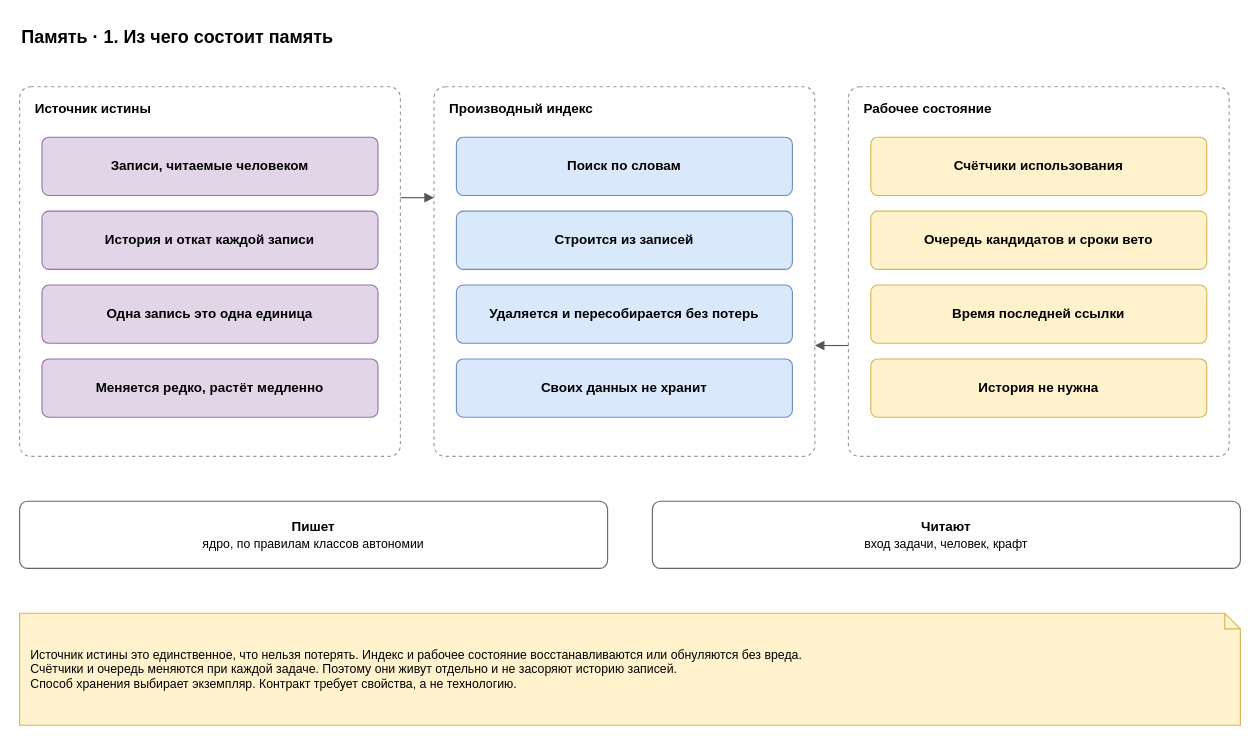
roygkov/reins keeps this draw.io diagram as page "1. Состав" (1 of 7) of docs/spec/harness-memory.drawio. Above is the earlier version. Source tidied: cells renumbered, new cells numbered last; positions are measured from the earlier drawing's top-left corner, leaving out a move shared by most shapes. Both pictures are drawn from the tidied source at 112%, with x=0, y=0 at pixel (19, 19).
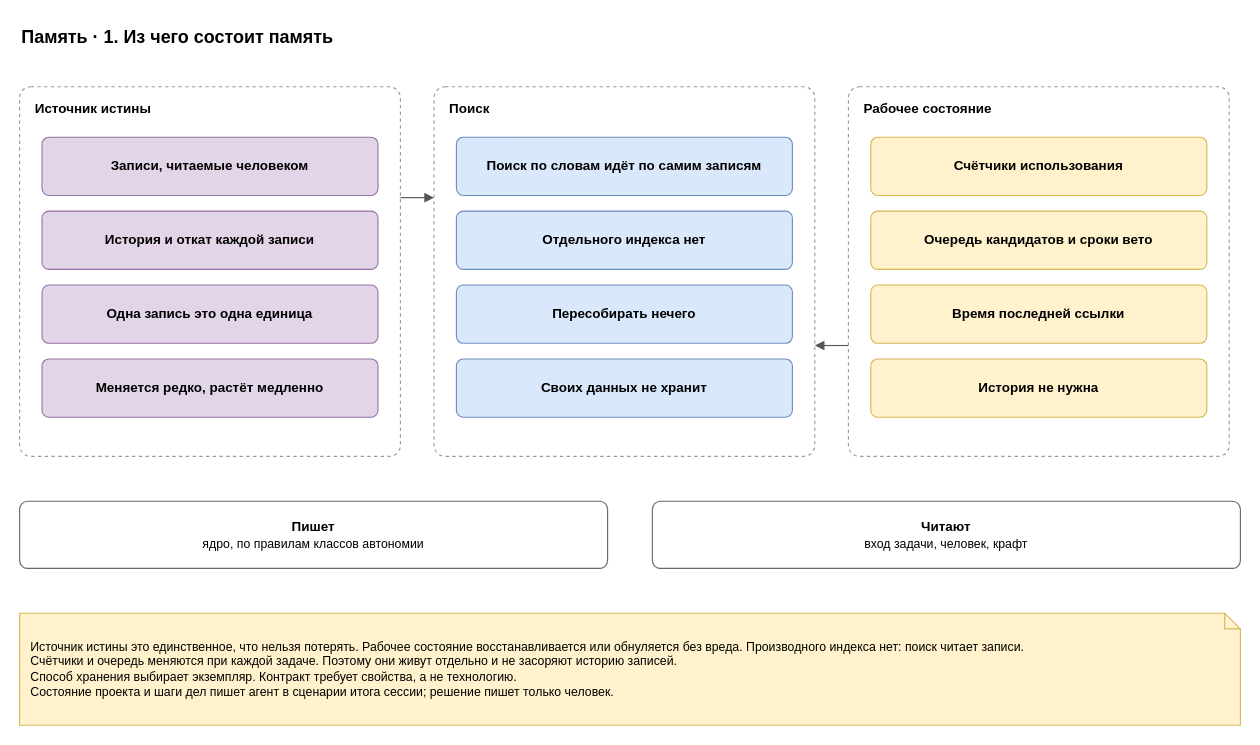
The same page after the edit.

Change to the diagram source:
```diff
@@
-    <mxCell id="8" value="&lt;b&gt;Производный индекс&lt;/b&gt;" style="rounded=1;whiteSpace=wrap;html=1;dashed=1;fillColor=none;strokeColor=#999999;verticalAlign=top;align=left;spacingLeft=12;spacingTop=6;arcSize=3;" parent="1" vertex="1">
+    <mxCell id="8" value="&lt;b&gt;Поиск&lt;/b&gt;" style="rounded=1;whiteSpace=wrap;html=1;dashed=1;fillColor=none;strokeColor=#999999;verticalAlign=top;align=left;spacingLeft=12;spacingTop=6;arcSize=3;" parent="1" vertex="1">
       <mxGeometry x="370" y="60" width="340" height="330" as="geometry" />
     </mxCell>
-    <mxCell id="9" value="&lt;b&gt;Поиск по словам&lt;/b&gt;" style="rounded=1;whiteSpace=wrap;html=1;fillColor=#dae8fc;strokeColor=#6c8ebf;arcSize=12;" parent="1" vertex="1">
+    <mxCell id="9" value="&lt;b&gt;Поиск по словам идёт по самим записям&lt;/b&gt;" style="rounded=1;whiteSpace=wrap;html=1;fillColor=#dae8fc;strokeColor=#6c8ebf;arcSize=12;" parent="1" vertex="1">
       <mxGeometry x="390" y="105" width="300" height="52" as="geometry" />
     </mxCell>
-    <mxCell id="10" value="&lt;b&gt;Строится из записей&lt;/b&gt;" style="rounded=1;whiteSpace=wrap;html=1;fillColor=#dae8fc;strokeColor=#6c8ebf;arcSize=12;" parent="1" vertex="1">
+    <mxCell id="10" value="&lt;b&gt;Отдельного индекса нет&lt;/b&gt;" style="rounded=1;whiteSpace=wrap;html=1;fillColor=#dae8fc;strokeColor=#6c8ebf;arcSize=12;" parent="1" vertex="1">
       <mxGeometry x="390" y="171" width="300" height="52" as="geometry" />
     </mxCell>
-    <mxCell id="11" value="&lt;b&gt;Удаляется и пересобирается без потерь&lt;/b&gt;" style="rounded=1;whiteSpace=wrap;html=1;fillColor=#dae8fc;strokeColor=#6c8ebf;arcSize=12;" parent="1" vertex="1">
+    <mxCell id="11" value="&lt;b&gt;Пересобирать нечего&lt;/b&gt;" style="rounded=1;whiteSpace=wrap;html=1;fillColor=#dae8fc;strokeColor=#6c8ebf;arcSize=12;" parent="1" vertex="1">
       <mxGeometry x="390" y="237" width="300" height="52" as="geometry" />
     </mxCell>
@@
-    <mxCell id="22" value="Источник истины это единственное, что нельзя потерять. Индекс и рабочее состояние восстанавливаются или обнуляются без вреда.&lt;br&gt;Счётчики и очередь меняются при каждой задаче. Поэтому они живут отдельно и не засоряют историю записей.&lt;br&gt;Способ хранения выбирает экземпляр. Контракт требует свойства, а не технологию." style="shape=note;whiteSpace=wrap;html=1;backgroundOutline=1;size=14;fillColor=#fff2cc;strokeColor=#d6b656;align=left;spacingLeft=8;spacingRight=8;fontSize=11;" parent="1" vertex="1">
+    <mxCell id="22" value="Источник истины это единственное, что нельзя потерять. Рабочее состояние восстанавливается или обнуляется без вреда. Производного индекса нет: поиск читает записи.&lt;br&gt;Счётчики и очередь меняются при каждой задаче. Поэтому они живут отдельно и не засоряют историю записей.&lt;br&gt;Способ хранения выбирает экземпляр. Контракт требует свойства, а не технологию.&lt;br&gt;Состояние проекта и шаги дел пишет агент в сценарии итога сессии; решение пишет только человек." style="shape=note;whiteSpace=wrap;html=1;backgroundOutline=1;size=14;fillColor=#fff2cc;strokeColor=#d6b656;align=left;spacingLeft=8;spacingRight=8;fontSize=11;" parent="1" vertex="1">
       <mxGeometry y="530" width="1090" height="100" as="geometry" />
     </mxCell>
```
